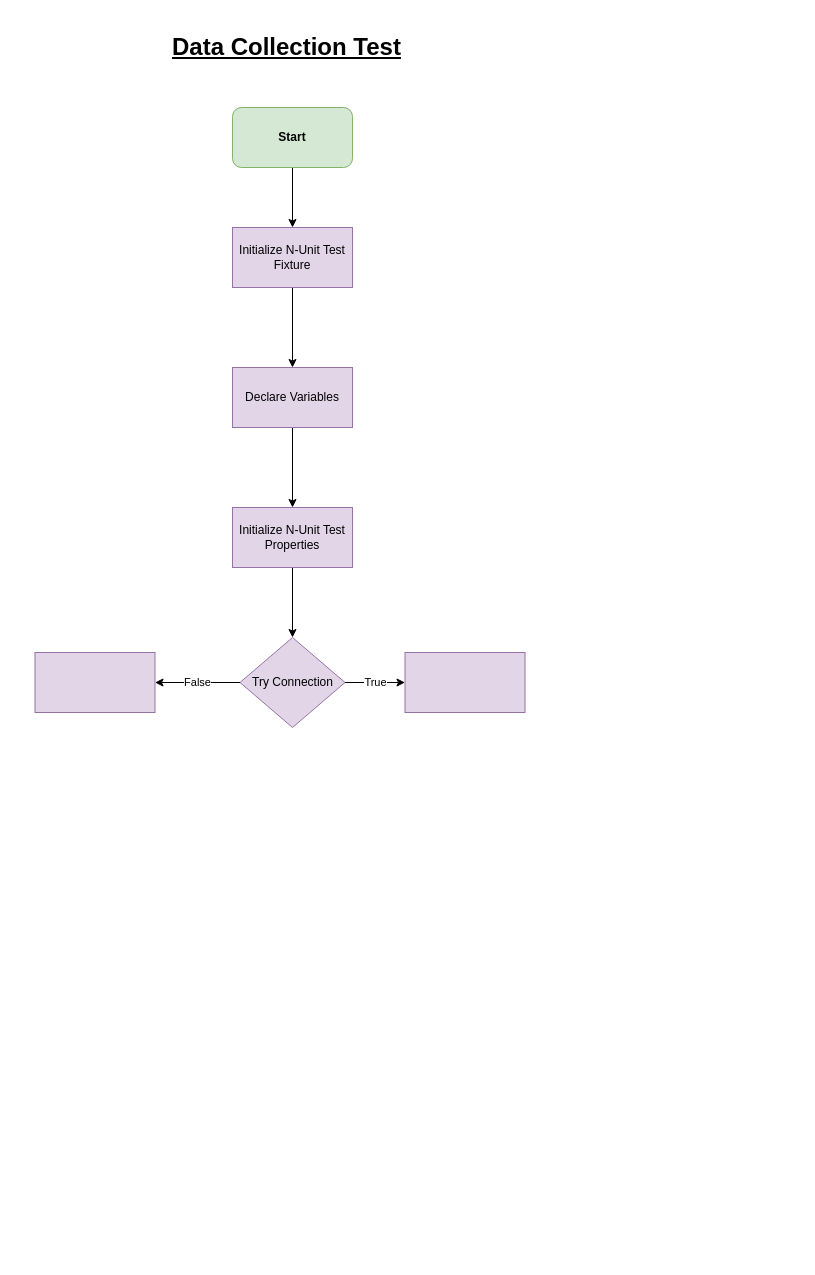
Above: page "DataCollectionTest" (2 of 2) of ProductionTestCompatabilityFLOWCHARTS.drawio in SydneySwofford/Notes (draw.io), before the change. Source tidied: cells renumbered, new cells numbered last; positions are measured from the earlier drawing's top-left corner, leaving out a move shared by most shapes. Both pictures are drawn from the tidied source at 100%, with x=0, y=0 at pixel (35, 27).
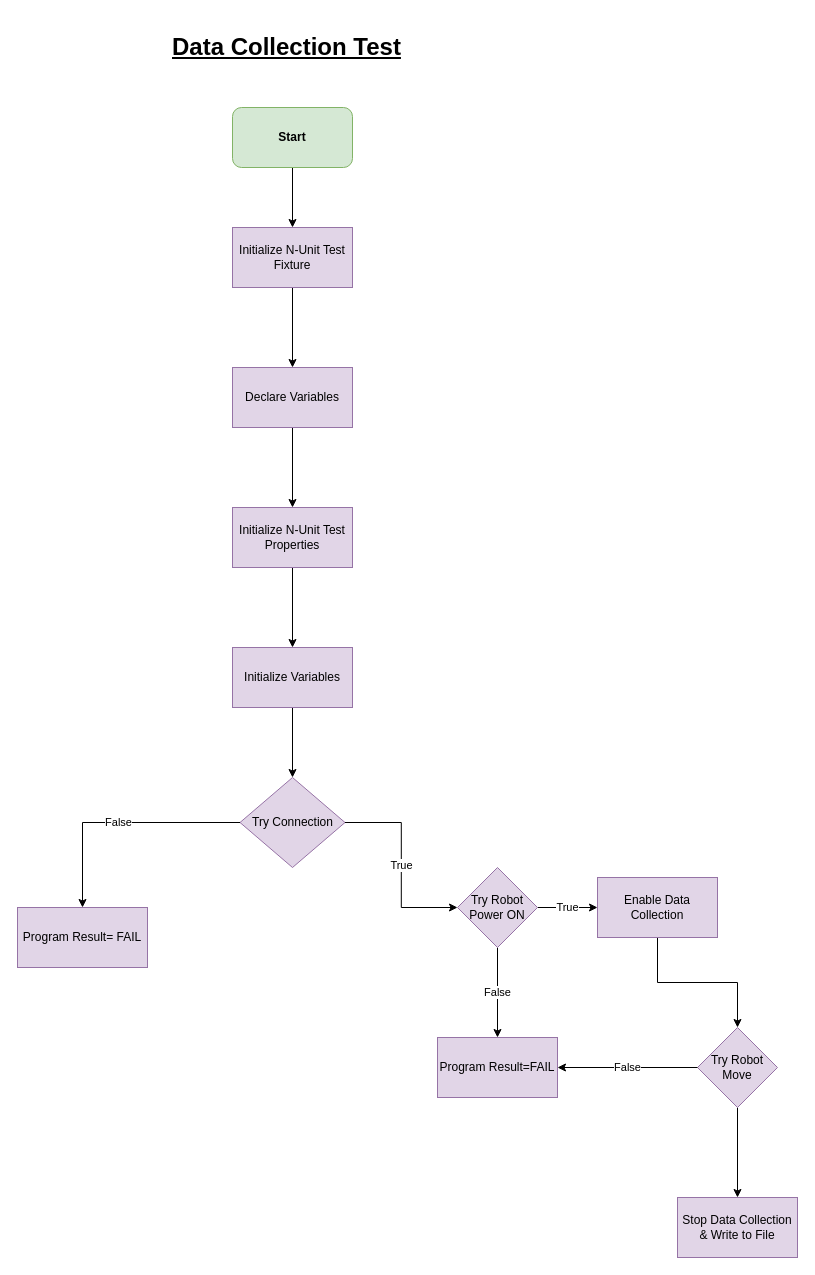
After the change.

Unchanged cells that the change refers to:
```xml
<mxCell id="10" value="Initialize N-Unit Test Properties" style="whiteSpace=wrap;html=1;fillColor=#e1d5e7;strokeColor=#9673a6;rounded=0;" parent="1" vertex="1">
  <mxGeometry x="197" y="480" width="120" height="60" as="geometry" />
</mxCell>
```

Change to the diagram source:
```diff
@@
-    <mxCell id="9" style="edgeStyle=orthogonalEdgeStyle;rounded=0;jettySize=auto;html=1;" parent="1" edge="1" source="10" target="13">
-      <mxGeometry relative="1" as="geometry" />
-    </mxCell>
+    <mxCell id="16" style="edgeStyle=orthogonalEdgeStyle;rounded=0;jettySize=auto;html=1;" parent="1" edge="1" source="10" target="18">
+      <mxGeometry relative="1" as="geometry" />
+    </mxCell>
@@
-    <mxCell id="12" value="True" style="edgeStyle=orthogonalEdgeStyle;rounded=0;jettySize=auto;html=1;" parent="1" edge="1" source="13" target="15">
+    <mxCell id="12" value="True" style="edgeStyle=orthogonalEdgeStyle;rounded=0;jettySize=auto;html=1;" parent="1" edge="1" source="13" target="21">
       <mxGeometry relative="1" as="geometry" />
     </mxCell>
     <mxCell id="13" value="Try Connection" style="rhombus;whiteSpace=wrap;html=1;fillColor=#e1d5e7;strokeColor=#9673a6;rounded=0;" parent="1" vertex="1">
-      <mxGeometry x="204.5" y="610" width="105" height="90" as="geometry" />
+      <mxGeometry x="204.5" y="750" width="105" height="90" as="geometry" />
     </mxCell>
-    <mxCell id="14" style="whiteSpace=wrap;html=1;fillColor=#e1d5e7;strokeColor=#9673a6;rounded=0;" parent="1" vertex="1">
-      <mxGeometry x="-0.5" y="625" width="120" height="60" as="geometry" />
+    <mxCell id="14" value="Program Result= FAIL" style="whiteSpace=wrap;html=1;fillColor=#e1d5e7;strokeColor=#9673a6;rounded=0;" parent="1" vertex="1">
+      <mxGeometry x="-18" y="880" width="130" height="60" as="geometry" />
     </mxCell>
-    <mxCell id="15" style="whiteSpace=wrap;html=1;fillColor=#e1d5e7;strokeColor=#9673a6;rounded=0;" parent="1" vertex="1">
-      <mxGeometry x="369.5" y="625" width="120" height="60" as="geometry" />
-    </mxCell>
+    <mxCell id="17" style="edgeStyle=orthogonalEdgeStyle;rounded=0;jettySize=auto;html=1;" parent="1" edge="1" source="18" target="13">
+      <mxGeometry relative="1" as="geometry" />
+    </mxCell>
+    <mxCell id="18" value="Initialize Variables" style="whiteSpace=wrap;html=1;fillColor=#e1d5e7;strokeColor=#9673a6;rounded=0;" parent="1" vertex="1">
+      <mxGeometry x="197" y="620" width="120" height="60" as="geometry" />
+    </mxCell>
+    <mxCell id="19" value="False" style="edgeStyle=orthogonalEdgeStyle;rounded=0;jettySize=auto;html=1;" parent="1" edge="1" source="21" target="22">
+      <mxGeometry relative="1" as="geometry" />
+    </mxCell>
+    <mxCell id="20" value="True" style="edgeStyle=orthogonalEdgeStyle;rounded=0;jettySize=auto;html=1;" parent="1" edge="1" source="21" target="24">
+      <mxGeometry relative="1" as="geometry" />
+    </mxCell>
+    <mxCell id="21" value="Try Robot Power ON" style="rhombus;whiteSpace=wrap;html=1;fillColor=#e1d5e7;strokeColor=#9673a6;" parent="1" vertex="1">
+      <mxGeometry x="422" y="840" width="80" height="80" as="geometry" />
+    </mxCell>
+    <mxCell id="22" value="Program Result=FAIL" style="whiteSpace=wrap;html=1;fillColor=#e1d5e7;strokeColor=#9673a6;" parent="1" vertex="1">
+      <mxGeometry x="402" y="1010" width="120" height="60" as="geometry" />
+    </mxCell>
+    <mxCell id="23" style="edgeStyle=orthogonalEdgeStyle;rounded=0;jettySize=auto;html=1;" parent="1" edge="1" source="24" target="26">
+      <mxGeometry relative="1" as="geometry" />
+    </mxCell>
+    <mxCell id="24" value="Enable Data Collection" style="whiteSpace=wrap;html=1;fillColor=#e1d5e7;strokeColor=#9673a6;" parent="1" vertex="1">
+      <mxGeometry x="562" y="850" width="120" height="60" as="geometry" />
+    </mxCell>
+    <mxCell id="25" style="edgeStyle=orthogonalEdgeStyle;rounded=0;jettySize=auto;html=1;" parent="1" edge="1" source="26" target="28">
+      <mxGeometry relative="1" as="geometry" />
+    </mxCell>
+    <mxCell id="26" value="Try Robot Move" style="rhombus;whiteSpace=wrap;html=1;fillColor=#e1d5e7;strokeColor=#9673a6;" parent="1" vertex="1">
+      <mxGeometry x="662" y="1000" width="80" height="80" as="geometry" />
+    </mxCell>
+    <mxCell id="27" value="False" style="endArrow=classic;html=1;rounded=0;exitX=0;exitY=0.5;exitDx=0;exitDy=0;entryX=1;entryY=0.5;entryDx=0;entryDy=0;" parent="1" edge="1" source="26" target="22">
+      <mxGeometry relative="1" as="geometry" />
+    </mxCell>
+    <mxCell id="28" value="Stop Data Collection &amp;amp; Write to File" style="whiteSpace=wrap;html=1;fillColor=#e1d5e7;strokeColor=#9673a6;" parent="1" vertex="1">
+      <mxGeometry x="642" y="1170" width="120" height="60" as="geometry" />
+    </mxCell>
```
